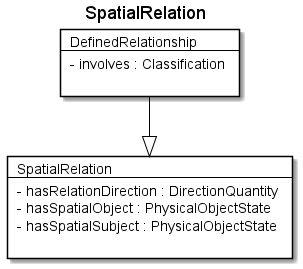
Earlier version of the PlantUML export fragments/diagrams/SpatialRelation.png (rtigran/rdf2adoc).
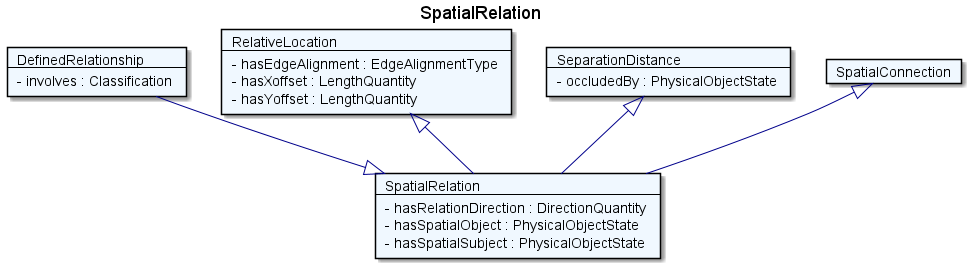
After the change.

What changed in the source:
```diff
@@ -1,19 +1,35 @@
 @startuml
 Title SpatialRelation
 
-Card SpatialRelation #fff [
+Card SpatialRelation #F0F8FF [
 SpatialRelation
 ----
 - hasRelationDirection : DirectionQuantity
 - hasSpatialObject : PhysicalObjectState
 - hasSpatialSubject : PhysicalObjectState
-
 ]
-Card DefinedRelationship #fff [
+Card DefinedRelationship #F0F8FF [
 DefinedRelationship
 ----
 - involves : Classification
-
 ]
-DefinedRelationship --|> SpatialRelation  #000
+DefinedRelationship --|> SpatialRelation  #00008B
+Card RelativeLocation #F0F8FF [
+RelativeLocation
+----
+- hasEdgeAlignment : EdgeAlignmentType
+- hasXoffset : LengthQuantity
+- hasYoffset : LengthQuantity
+]
+RelativeLocation <|-- SpatialRelation  #00008B
+Card SeparationDistance #F0F8FF [
+SeparationDistance
+----
+- occludedBy : PhysicalObjectState
+]
+SeparationDistance <|-- SpatialRelation  #00008B
+Card SpatialConnection #F0F8FF [
+SpatialConnection
+]
+SpatialConnection <|-- SpatialRelation  #00008B
 @enduml
```
